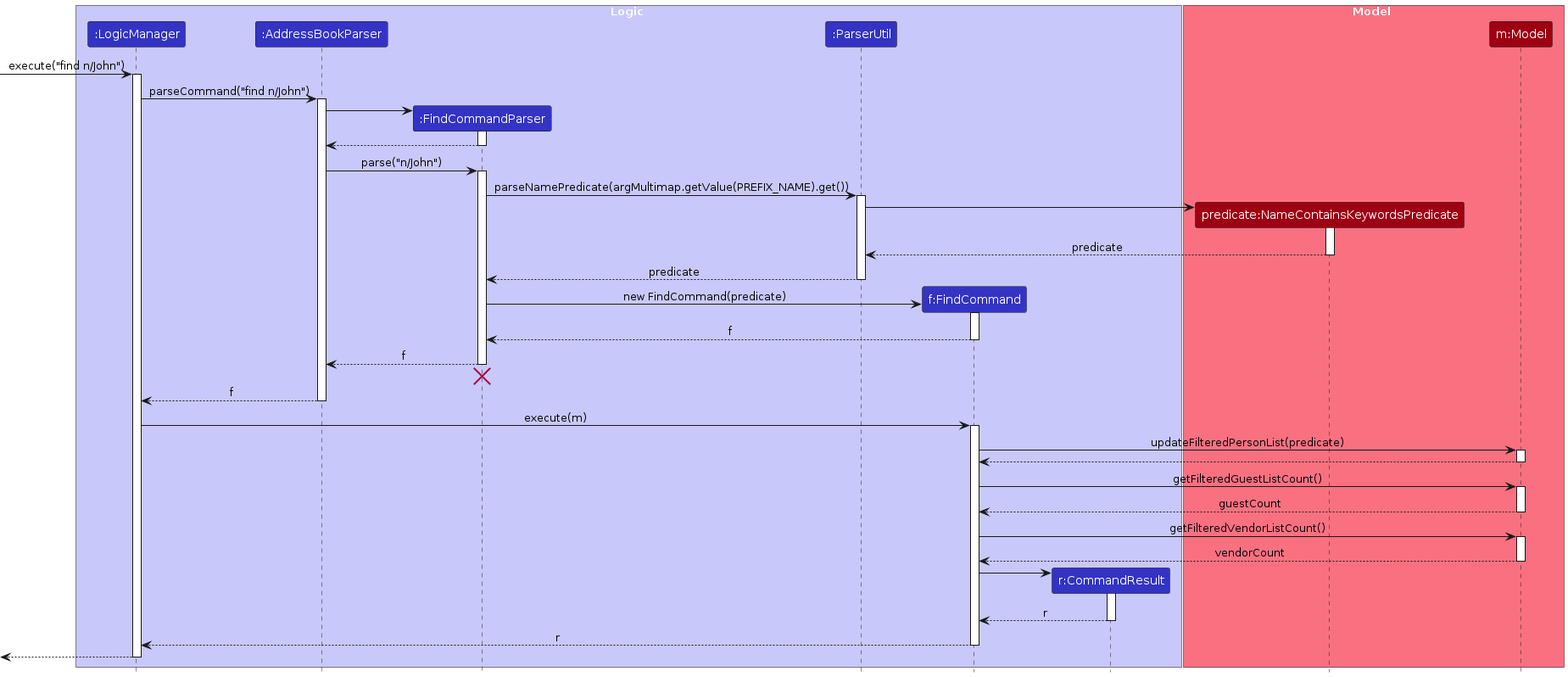
Above: diagrams/FindSequenceDiagram.png in AY2425S1-CS2103T-F09-3/tp (PlantUML), before the change. Its source is kept beside it as diagrams/FindSequenceDiagram.puml.
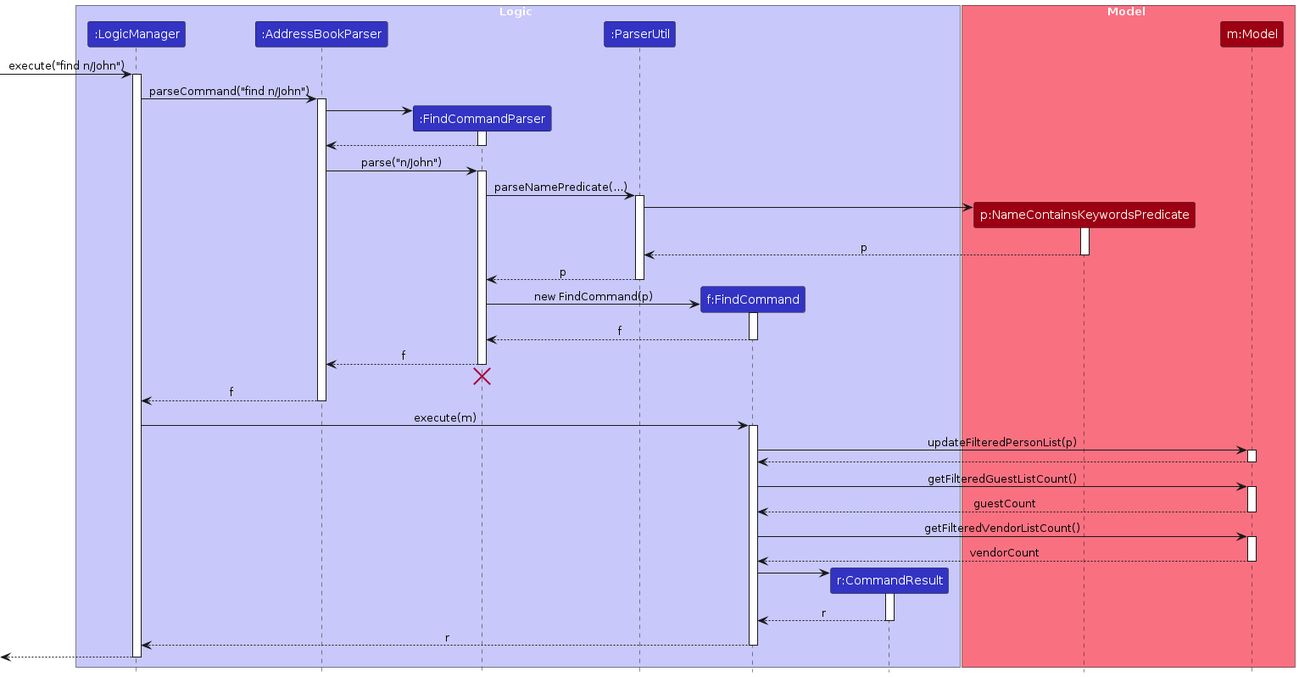
The same diagram one commit later.

Change to the diagram source:
```diff
@@ -12,7 +12,7 @@
 end box
 
 box Model MODEL_COLOR_T1
-participant "predicate:NameContainsKeywordsPredicate" as NameContainsKeywordsPredicate MODEL_COLOR
+participant "p:NameContainsKeywordsPredicate" as NameContainsKeywordsPredicate MODEL_COLOR
 participant "m:Model" as Model MODEL_COLOR
 end box
 
@@ -32,21 +32,21 @@
 AddressBookParser -> FindCommandParser : parse("n/John")
 activate FindCommandParser
 
-FindCommandParser -> ParserUtil : parseNamePredicate(argMultimap.getValue(PREFIX_NAME).get())
+FindCommandParser -> ParserUtil : parseNamePredicate(...)
 activate ParserUtil
 
 create NameContainsKeywordsPredicate
 ParserUtil -> NameContainsKeywordsPredicate
 activate NameContainsKeywordsPredicate
 
-NameContainsKeywordsPredicate --> ParserUtil : predicate
+NameContainsKeywordsPredicate --> ParserUtil : p
 deactivate NameContainsKeywordsPredicate
 
-ParserUtil --> FindCommandParser : predicate
+ParserUtil --> FindCommandParser : p
 deactivate ParserUtil
 
 create FindCommand
-FindCommandParser -> FindCommand : new FindCommand(predicate)
+FindCommandParser -> FindCommand : new FindCommand(p)
 activate FindCommand
 
 FindCommand --> FindCommandParser : f
@@ -63,7 +63,7 @@
 LogicManager -> FindCommand : execute(m)
 activate FindCommand
 
-FindCommand -> Model : updateFilteredPersonList(predicate)
+FindCommand -> Model : updateFilteredPersonList(p)
 activate Model
 
 Model --> FindCommand
```
